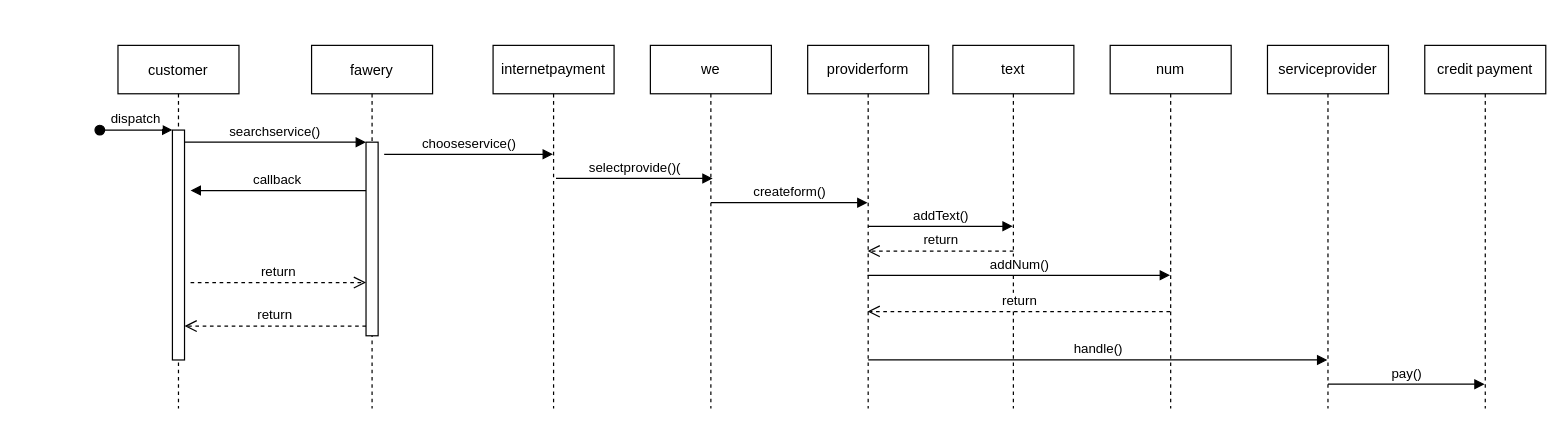
Earlier version of the draw.io diagram sw2 payment.drawio (ZeyadMoAli/Software_Project). Source tidied: cells renumbered, new cells numbered last; positions are measured from the earlier drawing's top-left corner, leaving out a move shared by most shapes. Both pictures are drawn from the tidied source at 121%, with x=0, y=0 at pixel (99, 45).
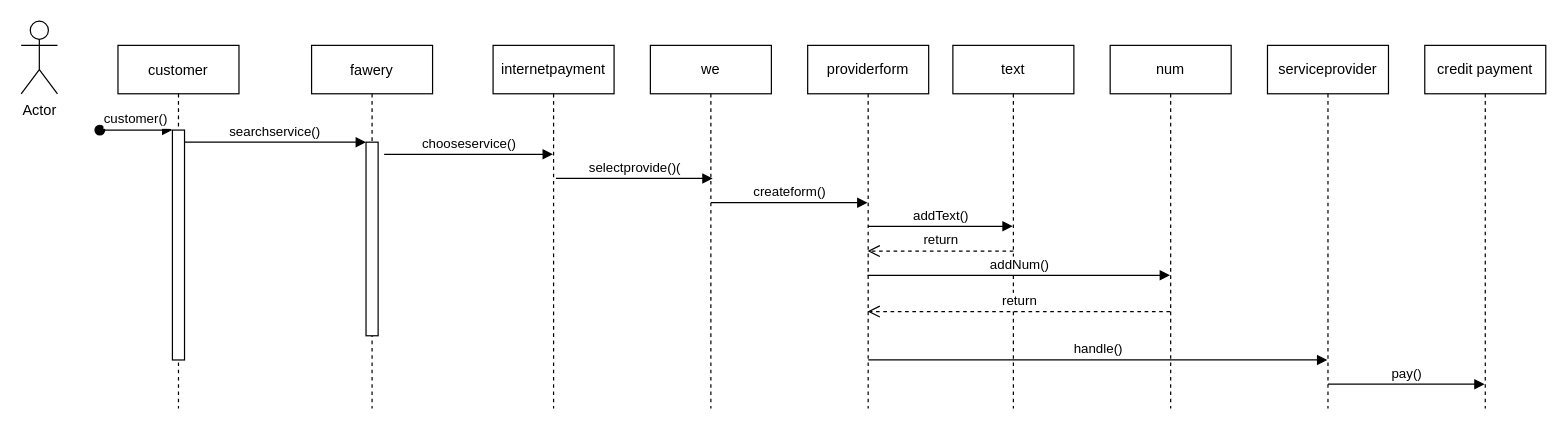
After the change.

The change refers to these unchanged cells:
```xml
<mxCell id="2" value="customer" style="shape=umlLifeline;perimeter=lifelinePerimeter;rounded=0;shadow=0;strokeWidth=1;" parent="1" vertex="1">
  <mxGeometry x="15" width="100" height="300" as="geometry" />
</mxCell>
<mxCell id="3" style="points=[];perimeter=orthogonalPerimeter;rounded=0;shadow=0;strokeWidth=1;" parent="2" vertex="1">
  <mxGeometry x="45" y="70" width="10" height="190" as="geometry" />
</mxCell>
<mxCell id="6" style="points=[];perimeter=orthogonalPerimeter;rounded=0;shadow=0;strokeWidth=1;" parent="5" vertex="1">
  <mxGeometry x="45" y="80" width="10" height="160" as="geometry" />
</mxCell>
```

The edit, as a diff of the source:
```diff
@@
-    <mxCell id="4" value="dispatch" style="verticalAlign=bottom;startArrow=oval;endArrow=block;startSize=8;shadow=0;strokeWidth=1;" parent="2" edge="1" target="3">
+    <mxCell id="4" value="customer()" style="verticalAlign=bottom;startArrow=oval;endArrow=block;startSize=8;shadow=0;strokeWidth=1;" parent="2" edge="1" target="3">
       <mxGeometry relative="1" as="geometry">
         <mxPoint x="-15" y="70" as="sourcePoint" />
       </mxGeometry>
     </mxCell>
@@
-    <mxCell id="7" value="return" style="verticalAlign=bottom;endArrow=open;dashed=1;endSize=8;exitX=0;exitY=0.95;shadow=0;strokeWidth=1;" parent="1" edge="1" source="6" target="3">
-      <mxGeometry relative="1" as="geometry" />
-    </mxCell>
@@
-    <mxCell id="9" value="callback" style="verticalAlign=bottom;endArrow=block;entryX=1;entryY=0;shadow=0;strokeWidth=1;" parent="1" edge="1" source="6">
-      <mxGeometry relative="1" as="geometry">
-        <mxPoint x="75" y="120" as="targetPoint" />
-      </mxGeometry>
-    </mxCell>
-    <mxCell id="10" value="return" style="verticalAlign=bottom;endArrow=open;dashed=1;endSize=8;exitX=1;exitY=0.95;shadow=0;strokeWidth=1;" parent="1" edge="1" target="6">
-      <mxGeometry relative="1" as="geometry">
-        <mxPoint x="75" y="196" as="sourcePoint" />
-      </mxGeometry>
-    </mxCell>
@@
+    <mxCell id="27" value="Actor" style="shape=umlActor;verticalLabelPosition=bottom;verticalAlign=top;html=1;" parent="1" vertex="1">
+      <mxGeometry x="-65" y="-20" width="30" height="60" as="geometry" />
+    </mxCell>
```
